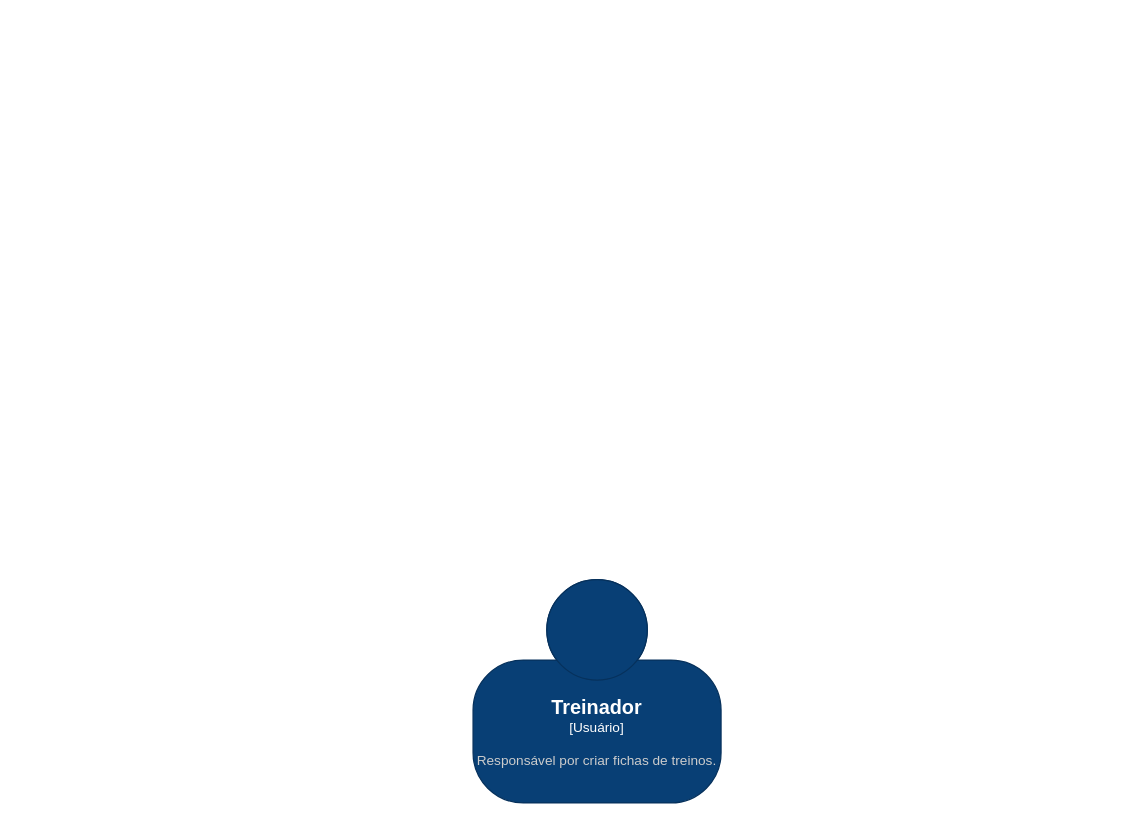
This is Contexto.drawio from gyma-project/gyma-docs, a draw.io file, before an edit. Source tidied: cells renumbered, new cells numbered last; positions are measured from the earlier drawing's top-left corner, leaving out a move shared by most shapes. Both pictures are drawn from the tidied source at 124%, with x=0, y=0 at pixel (472, 579).
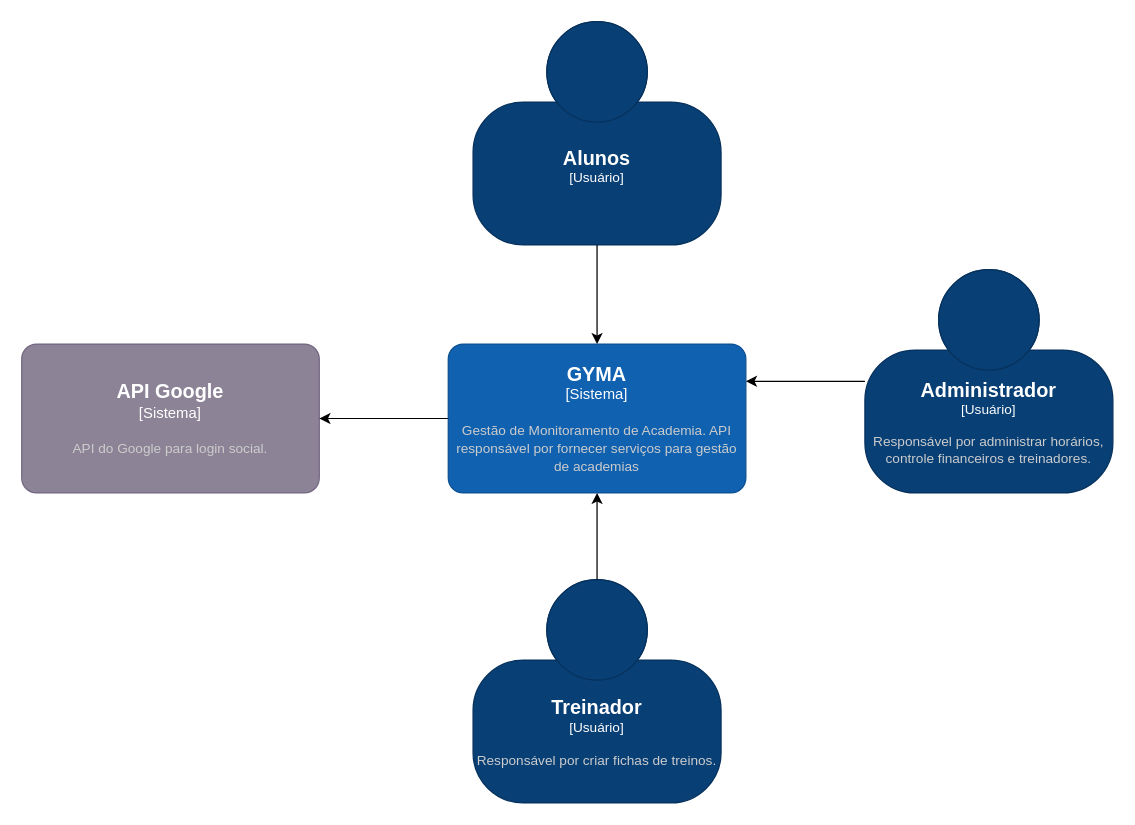
The same page after the edit.

What changed in the source:
```diff
@@
 <mxGraphModel>
   <root>
     <mxCell id="0" />
     <mxCell id="1" parent="0" />
     <object id="2" label="&lt;font style=&quot;font-size: 16px&quot;&gt;&lt;b&gt;%c4Name%&lt;/b&gt;&lt;/font&gt;&lt;div&gt;[%c4Type%]&lt;/div&gt;&lt;br&gt;&lt;div&gt;&lt;font style=&quot;font-size: 11px&quot;&gt;&lt;font color=&quot;#cccccc&quot;&gt;%c4Description%&lt;/font&gt;&lt;/div&gt;" c4Description="Responsável por criar fichas de treinos." c4Name="Treinador" c4Type="Usuário" placeholders="1">
       <mxCell style="html=1;fontSize=11;dashed=0;whiteSpace=wrap;fillColor=#083F75;strokeColor=#06315C;fontColor=#ffffff;shape=mxgraph.c4.person2;align=center;points=[[0.5,0,0],[1,0.5,0],[1,0.75,0],[0.75,1,0],[0.5,1,0],[0.25,1,0],[0,0.75,0],[0,0.5,0]];" parent="1" vertex="1">
         <mxGeometry width="200" height="180" as="geometry" />
       </mxCell>
     </object>
+    <object id="3" label="&lt;font style=&quot;font-size: 16px&quot;&gt;&lt;b&gt;%c4Name%&lt;/b&gt;&lt;/font&gt;&lt;div&gt;[%c4Type%]&lt;/div&gt;&lt;br&gt;&lt;div&gt;&lt;font style=&quot;font-size: 11px&quot;&gt;&lt;font color=&quot;#cccccc&quot;&gt;%c4Description%&lt;/font&gt;&lt;/div&gt;" c4Description="Gestão de Monitoramento de Academia. API responsável por fornecer serviços para gestão de academias" c4Name="GYMA" c4Type="Sistema" placeholders="1">
+      <mxCell style="rounded=1;whiteSpace=wrap;html=1;labelBackgroundColor=none;fillColor=#1061B0;fontColor=#ffffff;align=center;arcSize=10;strokeColor=#0D5091;points=[[0.25,0,0],[0.5,0,0],[0.75,0,0],[1,0.25,0],[1,0.5,0],[1,0.75,0],[0.75,1,0],[0.5,1,0],[0.25,1,0],[0,0.75,0],[0,0.5,0],[0,0.25,0]];" parent="1" vertex="1">
+        <mxGeometry x="-20" y="-190" width="240" height="120" as="geometry" />
+      </mxCell>
+    </object>
+    <object id="4" label="&lt;font style=&quot;font-size: 16px&quot;&gt;&lt;b&gt;%c4Name%&lt;/b&gt;&lt;/font&gt;&lt;div&gt;[%c4Type%]&lt;/div&gt;&lt;br&gt;&lt;div&gt;&lt;font style=&quot;font-size: 11px&quot;&gt;&lt;font color=&quot;#cccccc&quot;&gt;%c4Description%&lt;/font&gt;&lt;/div&gt;" c4Description="" c4Name="Alunos" c4Type="Usuário" placeholders="1">
+      <mxCell style="html=1;fontSize=11;dashed=0;whiteSpace=wrap;fillColor=#083F75;strokeColor=#06315C;fontColor=#ffffff;shape=mxgraph.c4.person2;align=center;points=[[0.5,0,0],[1,0.5,0],[1,0.75,0],[0.75,1,0],[0.5,1,0],[0.25,1,0],[0,0.75,0],[0,0.5,0]];" parent="1" vertex="1">
+        <mxGeometry y="-450" width="200" height="180" as="geometry" />
+      </mxCell>
+    </object>
+    <object id="5" label="&lt;font style=&quot;font-size: 16px&quot;&gt;&lt;b&gt;%c4Name%&lt;/b&gt;&lt;/font&gt;&lt;div&gt;[%c4Type%]&lt;/div&gt;&lt;br&gt;&lt;div&gt;&lt;font style=&quot;font-size: 11px&quot;&gt;&lt;font color=&quot;#cccccc&quot;&gt;%c4Description%&lt;/font&gt;&lt;/div&gt;" c4Description="Responsável por administrar horários, controle financeiros e treinadores." c4Name="Administrador" c4Type="Usuário" placeholders="1">
+      <mxCell style="html=1;fontSize=11;dashed=0;whiteSpace=wrap;fillColor=#083F75;strokeColor=#06315C;fontColor=#ffffff;shape=mxgraph.c4.person2;align=center;points=[[0.5,0,0],[1,0.5,0],[1,0.75,0],[0.75,1,0],[0.5,1,0],[0.25,1,0],[0,0.75,0],[0,0.5,0]];" parent="1" vertex="1">
+        <mxGeometry x="316" y="-250" width="200" height="180" as="geometry" />
+      </mxCell>
+    </object>
+    <mxCell id="6" style="edgeStyle=orthogonalEdgeStyle;rounded=0;jettySize=auto;html=1;entryX=0.5;entryY=0;entryDx=0;entryDy=0;entryPerimeter=0;" parent="1" edge="1" source="4" target="3">
+      <mxGeometry relative="1" as="geometry" />
+    </mxCell>
+    <mxCell id="7" style="edgeStyle=orthogonalEdgeStyle;rounded=0;jettySize=auto;html=1;entryX=0.5;entryY=1;entryDx=0;entryDy=0;entryPerimeter=0;" parent="1" edge="1" source="2" target="3">
+      <mxGeometry relative="1" as="geometry" />
+    </mxCell>
+    <mxCell id="8" style="edgeStyle=orthogonalEdgeStyle;rounded=0;jettySize=auto;html=1;exitX=0;exitY=0.5;exitDx=0;exitDy=0;exitPerimeter=0;entryX=1;entryY=0.25;entryDx=0;entryDy=0;entryPerimeter=0;" parent="1" edge="1" source="5" target="3">
+      <mxGeometry relative="1" as="geometry" />
+    </mxCell>
+    <object id="9" label="&lt;font style=&quot;font-size: 16px&quot;&gt;&lt;b&gt;%c4Name%&lt;/b&gt;&lt;/font&gt;&lt;div&gt;[%c4Type%]&lt;/div&gt;&lt;br&gt;&lt;div&gt;&lt;font style=&quot;font-size: 11px&quot;&gt;&lt;font color=&quot;#cccccc&quot;&gt;%c4Description%&lt;/font&gt;&lt;/div&gt;" c4Description="API do Google para login social." c4Name="API Google" c4Type="Sistema" placeholders="1">
+      <mxCell style="rounded=1;whiteSpace=wrap;html=1;labelBackgroundColor=none;fillColor=#8C8496;fontColor=#ffffff;align=center;arcSize=10;strokeColor=#736782;points=[[0.25,0,0],[0.5,0,0],[0.75,0,0],[1,0.25,0],[1,0.5,0],[1,0.75,0],[0.75,1,0],[0.5,1,0],[0.25,1,0],[0,0.75,0],[0,0.5,0],[0,0.25,0]];" parent="1" vertex="1">
+        <mxGeometry x="-364" y="-190" width="240" height="120" as="geometry" />
+      </mxCell>
+    </object>
+    <mxCell id="10" style="edgeStyle=orthogonalEdgeStyle;rounded=0;jettySize=auto;html=1;entryX=1;entryY=0.5;entryDx=0;entryDy=0;entryPerimeter=0;" parent="1" edge="1" source="3" target="9">
+      <mxGeometry relative="1" as="geometry" />
+    </mxCell>
   </root>
 </mxGraphModel>
```
